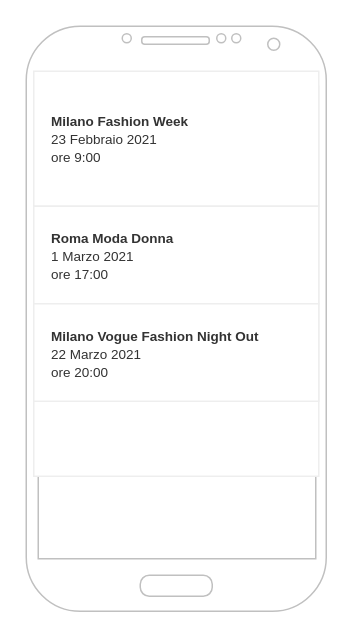
robertamora/2020-21-webdesign-esercitazione keeps this draw.io diagram as wireframe.drawio. Above is the earlier version. Source tidied: cells renumbered, new cells numbered last; positions are measured from the earlier drawing's top-left corner, leaving out a move shared by most shapes. Both pictures are drawn from the tidied source at 150%, with x=0, y=0 at pixel (26, 26). Pictures stored in the file or linked from it are replaced by grey dashed boxes.
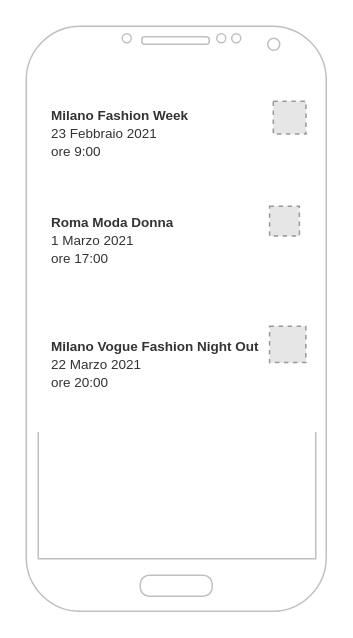
After the change.

What changed in the source:
```diff
@@
 <mxGraphModel>
   <root>
     <mxCell id="0" />
     <mxCell id="1" parent="0" />
     <mxCell id="2" style="verticalLabelPosition=bottom;verticalAlign=top;html=1;shadow=0;dashed=0;strokeWidth=1;shape=mxgraph.android.phone2;strokeColor=#c0c0c0;" parent="1" vertex="1">
       <mxGeometry width="200" height="390" as="geometry" />
     </mxCell>
-    <mxCell id="3" style="strokeWidth=1;html=1;shadow=0;dashed=0;shape=mxgraph.android.rrect;rSize=0;strokeColor=#eeeeee;fillColor=#ffffff;gradientColor=none;" parent="1" vertex="1">
-      <mxGeometry x="5" y="40" width="190" height="260" as="geometry" />
+    <mxCell id="3" style="strokeWidth=1;html=1;shadow=0;dashed=0;shape=mxgraph.android.rrect;rSize=0;fillColor=#FFFFFF;strokeColor=#FFFFFF;" parent="1" vertex="1">
+      <mxGeometry x="5" y="40" width="190" height="230" as="geometry" />
     </mxCell>
     <mxCell id="4" value="&lt;font size=&quot;1&quot;&gt;&lt;span style=&quot;font-size: 9px&quot;&gt;&lt;b&gt;Milano Fashion Week&amp;nbsp;&lt;/b&gt;&lt;br&gt;23 Febbraio 2021&lt;br&gt;ore 9:00&amp;nbsp;&lt;br&gt;&lt;/span&gt;&lt;/font&gt;" style="strokeColor=inherit;fillColor=inherit;gradientColor=inherit;strokeWidth=1;html=1;shadow=0;dashed=0;shape=mxgraph.android.rrect;rSize=0;align=left;spacingLeft=10;fontSize=8;fontColor=#333333;" parent="3" vertex="1">
-      <mxGeometry y="-10" width="190" height="90" as="geometry" />
+      <mxGeometry y="-8.1" width="190" height="78.1" as="geometry" />
     </mxCell>
     <mxCell id="5" value="&lt;font size=&quot;1&quot;&gt;&lt;span style=&quot;font-size: 9px&quot;&gt;&lt;b&gt;Roma Moda Donna&lt;/b&gt;&lt;br&gt;1 Marzo 2021&lt;br&gt;ore 17:00&amp;nbsp;&lt;br&gt;&lt;/span&gt;&lt;/font&gt;" style="strokeColor=inherit;fillColor=inherit;gradientColor=inherit;strokeWidth=1;html=1;shadow=0;dashed=0;shape=mxgraph.android.rrect;rSize=0;align=left;spacingLeft=10;fontSize=8;fontColor=#333333;" parent="3" vertex="1">
-      <mxGeometry y="80" width="190" height="65" as="geometry" />
+      <mxGeometry y="64.6" width="190" height="75.4" as="geometry" />
     </mxCell>
     <mxCell id="6" value="&lt;font size=&quot;1&quot;&gt;&lt;span style=&quot;font-size: 9px&quot;&gt;&lt;b&gt;Milano Vogue Fashion Night Out&amp;nbsp;&lt;/b&gt;&lt;br&gt;22 Marzo 2021&lt;br&gt;ore 20:00&amp;nbsp;&lt;br&gt;&lt;/span&gt;&lt;/font&gt;" style="strokeColor=inherit;fillColor=inherit;gradientColor=inherit;strokeWidth=1;html=1;shadow=0;dashed=0;shape=mxgraph.android.rrect;rSize=0;align=left;spacingLeft=10;fontSize=8;fontColor=#333333;" parent="3" vertex="1">
-      <mxGeometry y="145" width="190" height="65" as="geometry" />
+      <mxGeometry y="140" width="190" height="90" as="geometry" />
     </mxCell>
+    <mxCell id="7" style="fillColor=#E6E6E6;strokeColor=#999999;dashed=1;html=1;verticalAlign=top;verticalLabelPosition=bottom;labelBackgroundColor=#ffffff;" parent="3" vertex="1">
+      <mxGeometry x="159.7" y="10" width="21.8" height="21.8" as="geometry" />
+    </mxCell>
+    <mxCell id="8" style="fillColor=#E6E6E6;strokeColor=#999999;dashed=1;html=1;verticalAlign=top;verticalLabelPosition=bottom;labelBackgroundColor=#ffffff;" parent="3" vertex="1">
+      <mxGeometry x="157.2" y="80" width="19.9" height="19.9" as="geometry" />
+    </mxCell>
+    <mxCell id="9" style="fillColor=#E6E6E6;strokeColor=#999999;dashed=1;html=1;verticalAlign=top;verticalLabelPosition=bottom;labelBackgroundColor=#ffffff;" parent="3" vertex="1">
+      <mxGeometry x="157.2" y="160" width="24.2" height="24.2" as="geometry" />
+    </mxCell>
   </root>
 </mxGraphModel>
```
